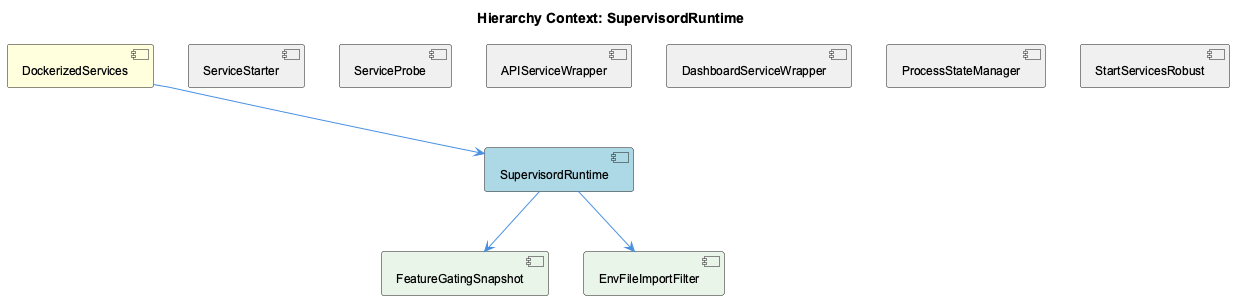
Earlier version of the PlantUML export knowledge-management/insights/images/supervisord-runtime-relationship.png (fwornle/coding). Source of this version:
```plantuml
@startuml
!include _standard-style.puml

title Hierarchy Context: SupervisordRuntime

[DockerizedServices] as dockerized_services #FFFFDD
[SupervisordRuntime] as supervisord_runtime #LightBlue
[ServiceStarter] as service_starter #F0F0F0
[ServiceProbe] as service_probe #F0F0F0
[APIServiceWrapper] as apiservice_wrapper #F0F0F0
[DashboardServiceWrapper] as dashboard_service_wrapper #F0F0F0
[ProcessStateManager] as process_state_manager #F0F0F0
[StartServicesRobust] as start_services_robust #F0F0F0
[FeatureGatingSnapshot] as feature_gating_snapshot #E8F5E8
[EnvFileImportFilter] as env_file_import_filter #E8F5E8

dockerized_services --> supervisord_runtime
service_starter -[hidden]- supervisord_runtime
service_probe -[hidden]- supervisord_runtime
apiservice_wrapper -[hidden]- supervisord_runtime
dashboard_service_wrapper -[hidden]- supervisord_runtime
process_state_manager -[hidden]- supervisord_runtime
start_services_robust -[hidden]- supervisord_runtime
supervisord_runtime --> feature_gating_snapshot
supervisord_runtime --> env_file_import_filter

@enduml
```
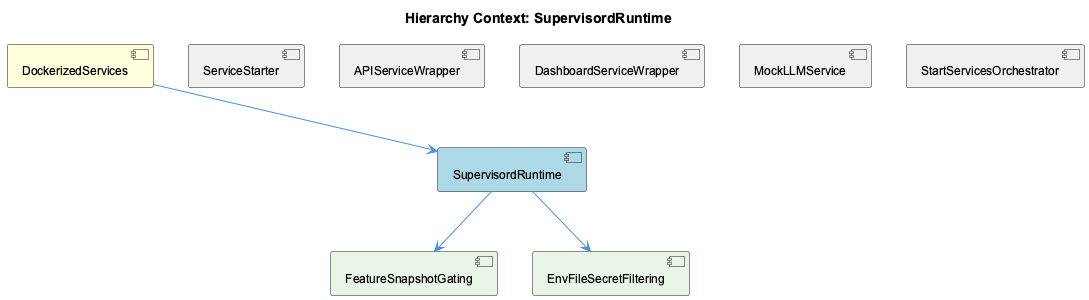
Later version of the same file.

Change to the diagram source:
```diff
@@ -6,22 +6,20 @@
 [DockerizedServices] as dockerized_services #FFFFDD
 [SupervisordRuntime] as supervisord_runtime #LightBlue
 [ServiceStarter] as service_starter #F0F0F0
-[ServiceProbe] as service_probe #F0F0F0
 [APIServiceWrapper] as apiservice_wrapper #F0F0F0
 [DashboardServiceWrapper] as dashboard_service_wrapper #F0F0F0
-[ProcessStateManager] as process_state_manager #F0F0F0
-[StartServicesRobust] as start_services_robust #F0F0F0
-[FeatureGatingSnapshot] as feature_gating_snapshot #E8F5E8
-[EnvFileImportFilter] as env_file_import_filter #E8F5E8
+[MockLLMService] as mock_llmservice #F0F0F0
+[StartServicesOrchestrator] as start_services_orchestrator #F0F0F0
+[FeatureSnapshotGating] as feature_snapshot_gating #E8F5E8
+[EnvFileSecretFiltering] as env_file_secret_filtering #E8F5E8
 
 dockerized_services --> supervisord_runtime
 service_starter -[hidden]- supervisord_runtime
-service_probe -[hidden]- supervisord_runtime
 apiservice_wrapper -[hidden]- supervisord_runtime
 dashboard_service_wrapper -[hidden]- supervisord_runtime
-process_state_manager -[hidden]- supervisord_runtime
-start_services_robust -[hidden]- supervisord_runtime
-supervisord_runtime --> feature_gating_snapshot
-supervisord_runtime --> env_file_import_filter
+mock_llmservice -[hidden]- supervisord_runtime
+start_services_orchestrator -[hidden]- supervisord_runtime
+supervisord_runtime --> feature_snapshot_gating
+supervisord_runtime --> env_file_secret_filtering
 
 @enduml
```
